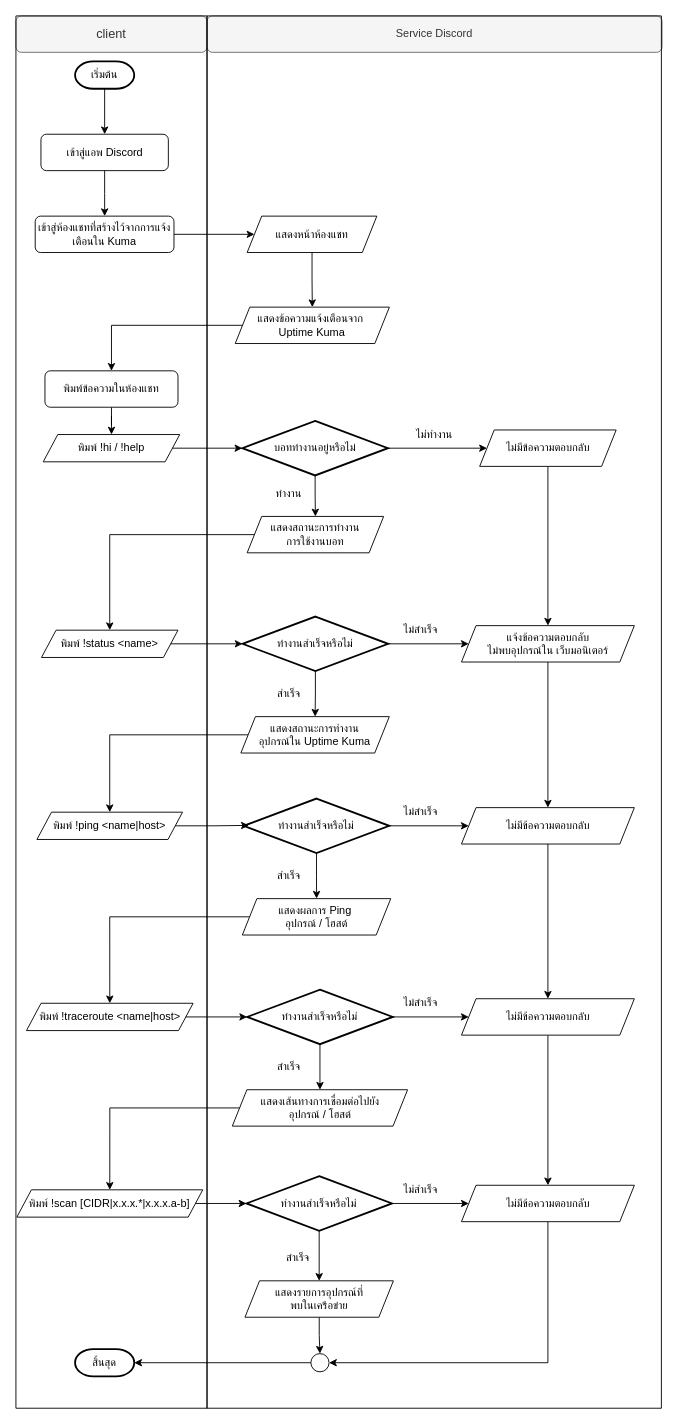
Earlier version of the draw.io diagram page "flowchart-04 bot" (13 of 14) of Diagram.drawio (Monaphat374/Sequence_project374). Source tidied: cells renumbered, new cells numbered last; positions are measured from the earlier drawing's top-left corner, leaving out a move shared by most shapes. Both pictures are drawn from the tidied source at 91%, with x=0, y=0 at pixel (15, 15).
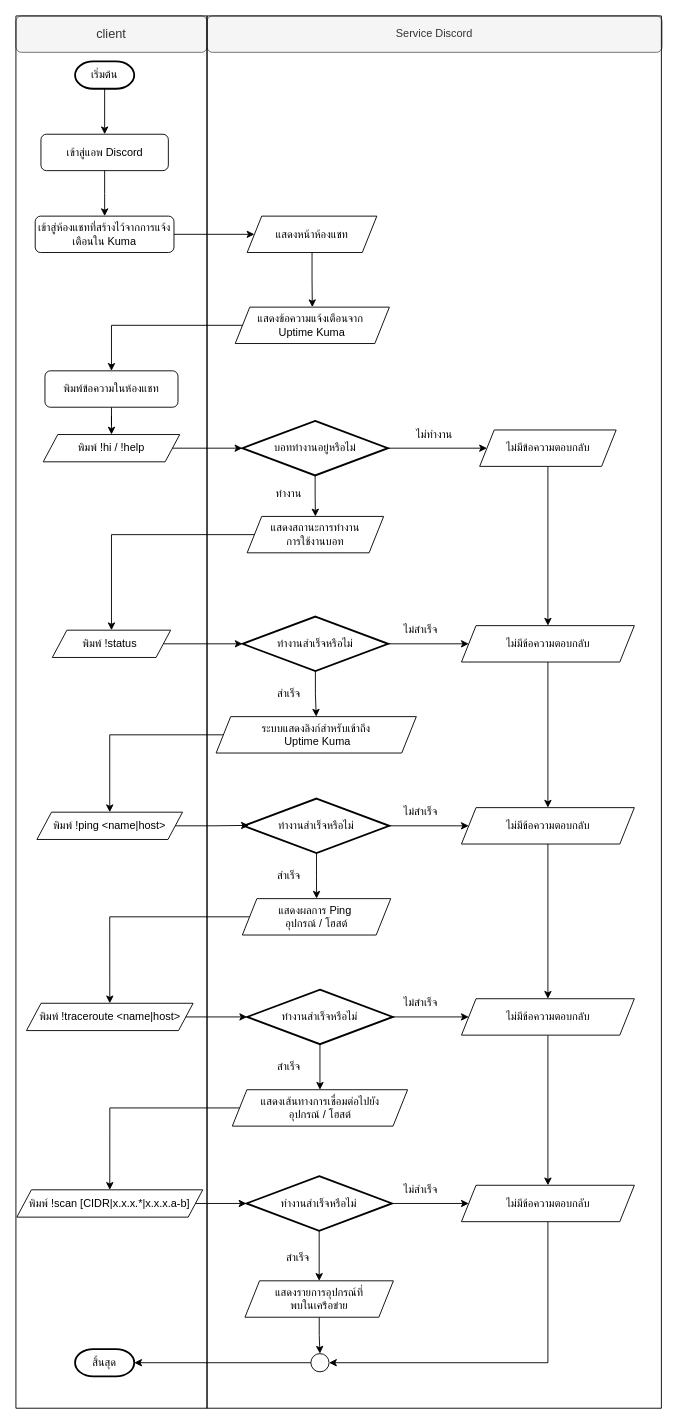
The same diagram, later.

Unchanged cells that the change refers to:
```xml
<mxCell id="5" style="swimlane;startSize=0;strokeColor=light-dark(#000000,#000000);" parent="1" vertex="1">
  <mxGeometry x="210" width="499.3" height="1530" as="geometry" />
</mxCell>
<mxCell id="13" style="swimlane;startSize=0;strokeColor=light-dark(#000000,#000000);" parent="5" vertex="1">
  <mxGeometry x="-210" width="210" height="1530" as="geometry" />
</mxCell>
```

Diff of the diagram source:
```diff
@@
-    <mxCell id="24" value="พิมพ์ !status &amp;lt;name&amp;gt;" style="shape=parallelogram;perimeter=parallelogramPerimeter;whiteSpace=wrap;html=1;fixedSize=1;arcSize=25;size=16;" parent="13" vertex="1">
-      <mxGeometry x="28.1" y="675" width="150" height="30" as="geometry" />
+    <mxCell id="24" value="พิมพ์ !status&amp;nbsp;" style="shape=parallelogram;perimeter=parallelogramPerimeter;whiteSpace=wrap;html=1;fixedSize=1;arcSize=25;size=16;" parent="13" vertex="1">
+      <mxGeometry x="40" y="675" width="130" height="30" as="geometry" />
     </mxCell>
@@
-    <mxCell id="36" value="แสดงสถานะการทำงาน&lt;div&gt;อุปกรณ์ใน Uptime Kuma&lt;/div&gt;" style="shape=parallelogram;perimeter=parallelogramPerimeter;whiteSpace=wrap;html=1;fixedSize=1;arcSize=25;size=16;" parent="5" vertex="1">
-      <mxGeometry x="37.2" y="770" width="163.1" height="40" as="geometry" />
+    <mxCell id="36" value="ระบบแสดงลิงก์สำหรับเข้าถึง&lt;div&gt;&amp;nbsp;Uptime Kuma&lt;/div&gt;" style="shape=parallelogram;perimeter=parallelogramPerimeter;whiteSpace=wrap;html=1;fixedSize=1;arcSize=25;size=16;" parent="5" vertex="1">
+      <mxGeometry x="10" y="770" width="220" height="40" as="geometry" />
     </mxCell>
@@
-    <mxCell id="65" value="แจ้งข้อความตอบกลับ&lt;div&gt;ไม่พบอุปกรณ์ใน เว็บมอนิเตอร์&lt;/div&gt;" style="shape=parallelogram;perimeter=parallelogramPerimeter;whiteSpace=wrap;html=1;fixedSize=1;arcSize=25;size=16;" parent="5" vertex="1">
+    <mxCell id="65" value="ไม่มีข้อความตอบกลับ" style="shape=parallelogram;perimeter=parallelogramPerimeter;whiteSpace=wrap;html=1;fixedSize=1;arcSize=25;size=16;" parent="5" vertex="1">
       <mxGeometry x="279.6" y="670" width="190" height="40" as="geometry" />
     </mxCell>
```
